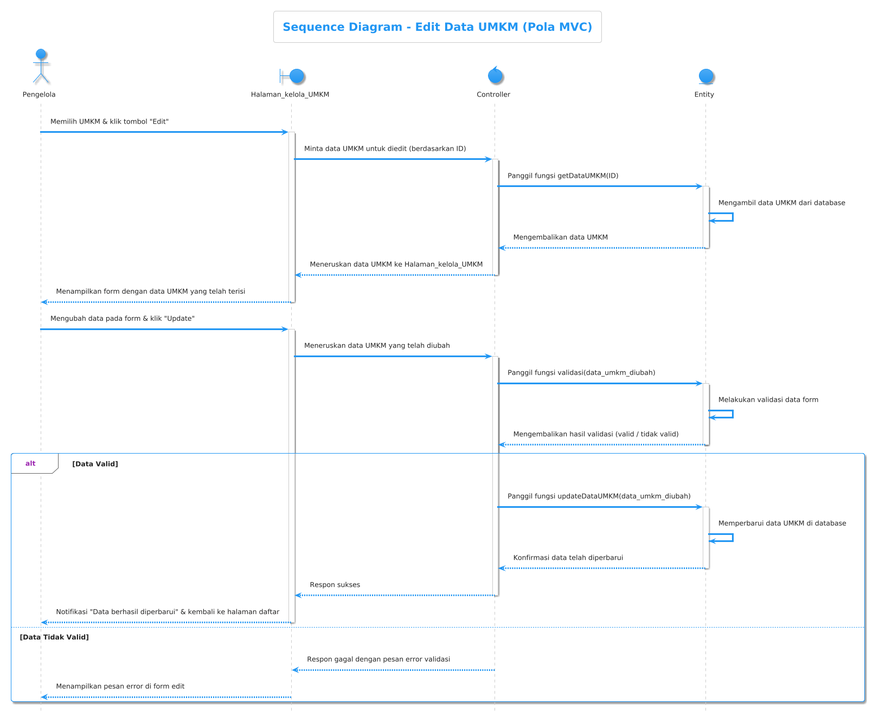
Before: sequence/kelola umkm/edit/edit umkm.png, a diagram exported from PlantUML (Mrmgnt/diagram-kp).
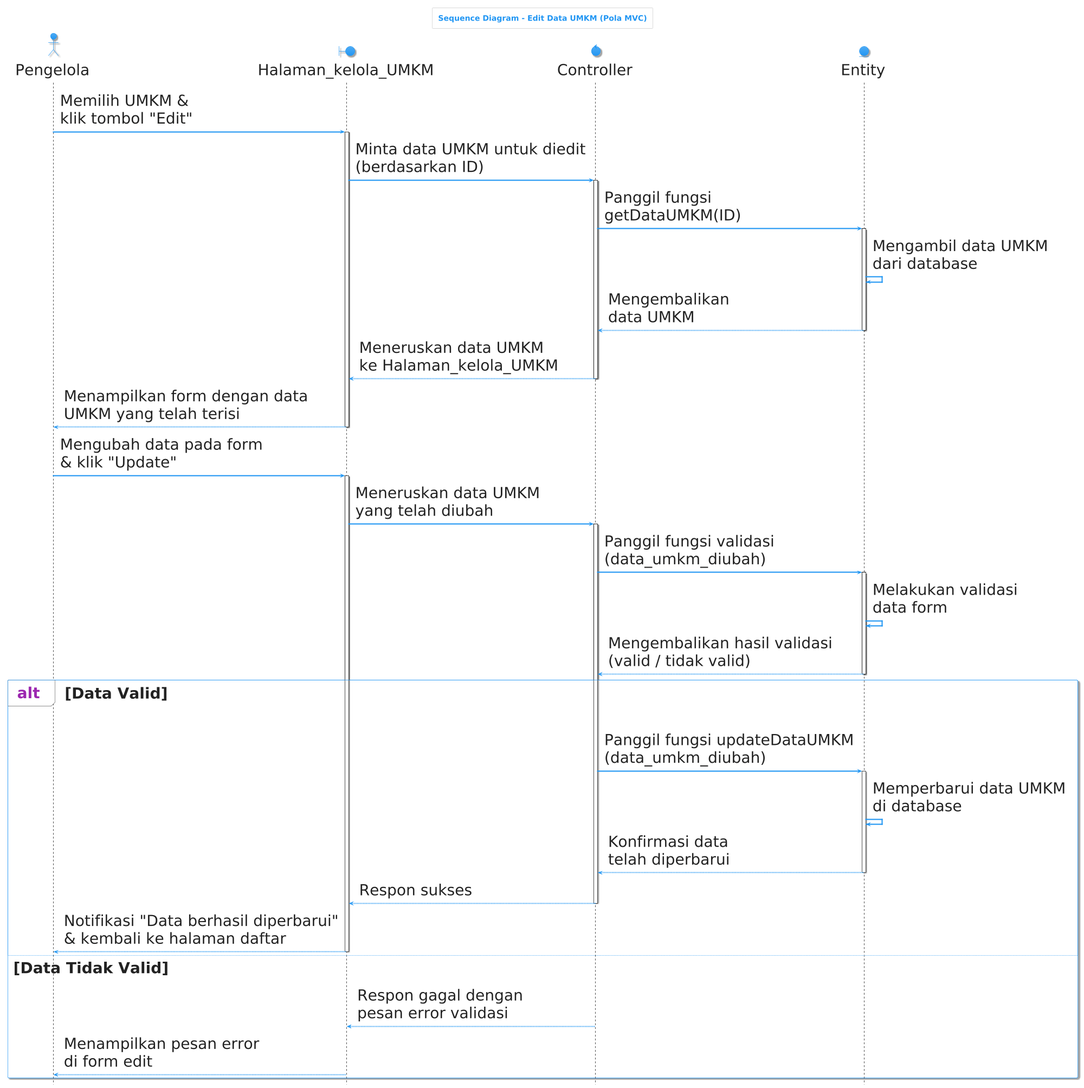
The same file after the commit.

Change to the diagram source:
```diff
@@ -1,5 +1,16 @@
 @startuml
 !theme materia
+scale max 1920 width
+skinparam defaultFontSize 40
+skinparam ParticipantPadding 30
+skinparam BoxPadding 40
+skinparam ActorPadding 20
+skinparam ActorFontSize 40
+skinparam ParticipantFontSize 40
+skinparam SequenceParticipantBorderThickness 2
+skinparam SequenceLifeLineBorderColor Black
+skinparam SequenceLifeLineBorderThickness 2
+
 
 title Sequence Diagram - Edit Data UMKM (Pola MVC)
 hide footbox
@@ -9,54 +20,54 @@
 control "Controller" as Controller
 entity "Entity" as Entity
 
-Pengguna -> Halaman_kelola_UMKM: Memilih UMKM & klik tombol "Edit"
+Pengguna -> Halaman_kelola_UMKM: Memilih UMKM &\nklik tombol "Edit"
 activate Halaman_kelola_UMKM
 
-Halaman_kelola_UMKM -> Controller: Minta data UMKM untuk diedit (berdasarkan ID)
+Halaman_kelola_UMKM -> Controller: Minta data UMKM untuk diedit\n(berdasarkan ID)
 activate Controller
 
-Controller -> Entity: Panggil fungsi getDataUMKM(ID)
+Controller -> Entity: Panggil fungsi\ngetDataUMKM(ID)
 activate Entity
 
-Entity -> Entity: Mengambil data UMKM dari database
-Entity --> Controller: Mengembalikan data UMKM
+Entity -> Entity: Mengambil data UMKM\ndari database
+Entity --> Controller: Mengembalikan\ndata UMKM
 deactivate Entity
 
-Controller --> Halaman_kelola_UMKM: Meneruskan data UMKM ke Halaman_kelola_UMKM
+Controller --> Halaman_kelola_UMKM: Meneruskan data UMKM\nke Halaman_kelola_UMKM
 deactivate Controller
 
-Halaman_kelola_UMKM --> Pengguna: Menampilkan form dengan data UMKM yang telah terisi
+Halaman_kelola_UMKM --> Pengguna: Menampilkan form dengan data\nUMKM yang telah terisi
 deactivate Halaman_kelola_UMKM
 
-Pengguna -> Halaman_kelola_UMKM: Mengubah data pada form & klik "Update"
+Pengguna -> Halaman_kelola_UMKM: Mengubah data pada form\n& klik "Update"
 activate Halaman_kelola_UMKM
 
-Halaman_kelola_UMKM -> Controller: Meneruskan data UMKM yang telah diubah
+Halaman_kelola_UMKM -> Controller: Meneruskan data UMKM\nyang telah diubah
 activate Controller
 
-Controller -> Entity: Panggil fungsi validasi(data_umkm_diubah)
+Controller -> Entity: Panggil fungsi validasi\n(data_umkm_diubah)
 activate Entity
-Entity -> Entity: Melakukan validasi data form
-Entity --> Controller: Mengembalikan hasil validasi (valid / tidak valid)
+Entity -> Entity: Melakukan validasi\ndata form
+Entity --> Controller: Mengembalikan hasil validasi\n(valid / tidak valid)
 deactivate Entity
 
 alt Data Valid
-    Controller -> Entity: Panggil fungsi updateDataUMKM(data_umkm_diubah)
+    Controller -> Entity: Panggil fungsi updateDataUMKM\n(data_umkm_diubah)
     activate Entity
-    Entity -> Entity: Memperbarui data UMKM di database
-    Entity --> Controller: Konfirmasi data telah diperbarui
+    Entity -> Entity: Memperbarui data UMKM\ndi database
+    Entity --> Controller: Konfirmasi data\ntelah diperbarui
     deactivate Entity
 
     Controller --> Halaman_kelola_UMKM: Respon sukses
     deactivate Controller
 
-    Halaman_kelola_UMKM --> Pengguna: Notifikasi "Data berhasil diperbarui" & kembali ke halaman daftar
+    Halaman_kelola_UMKM --> Pengguna: Notifikasi "Data berhasil diperbarui"\n& kembali ke halaman daftar
     deactivate Halaman_kelola_UMKM
 else Data Tidak Valid
-    Controller --> Halaman_kelola_UMKM: Respon gagal dengan pesan error validasi
+    Controller --> Halaman_kelola_UMKM: Respon gagal dengan\npesan error validasi
     deactivate Controller
 
-    Halaman_kelola_UMKM --> Pengguna: Menampilkan pesan error di form edit
+    Halaman_kelola_UMKM --> Pengguna: Menampilkan pesan error\ndi form edit
     deactivate Halaman_kelola_UMKM
 end
 @enduml
```
